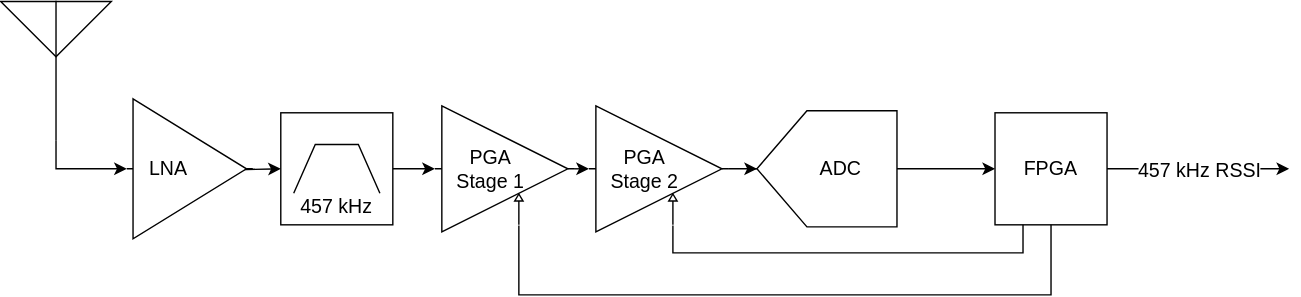
Earlier version of the draw.io export diagrams/receiver.drawio.svg (Avy-Dawgs/system-definition). Source tidied: cells renumbered, new cells last; positions are measured from the earlier drawing's top-left corner, leaving out a move shared by most shapes. Source of this version:
```xml
<mxGraphModel>
  <root>
    <mxCell id="0" />
    <mxCell id="1" parent="0" />
    <mxCell id="2" style="verticalLabelPosition=bottom;shadow=0;dashed=0;align=center;html=1;verticalAlign=top;shape=mxgraph.electrical.radio.aerial_-_antenna_2;" parent="1" vertex="1">
      <mxGeometry width="79" height="100" as="geometry" />
    </mxCell>
    <mxCell id="3" style="edgeStyle=orthogonalEdgeStyle;rounded=0;jettySize=auto;html=1;exitX=1;exitY=0.5;exitDx=0;exitDy=0;exitPerimeter=0;" parent="1" edge="1" source="4" target="6">
      <mxGeometry relative="1" as="geometry" />
    </mxCell>
    <mxCell id="4" style="verticalLabelPosition=bottom;shadow=0;dashed=0;align=center;html=1;verticalAlign=top;shape=mxgraph.electrical.logic_gates.bandpass_filter;" parent="1" vertex="1">
      <mxGeometry x="200" y="80" width="80" height="80" as="geometry" />
    </mxCell>
    <mxCell id="5" style="edgeStyle=orthogonalEdgeStyle;rounded=0;jettySize=auto;html=1;exitX=1;exitY=0.5;exitDx=0;exitDy=0;entryX=0;entryY=0.5;entryDx=0;entryDy=0;entryPerimeter=0;" parent="1" edge="1" target="4">
      <mxGeometry relative="1" as="geometry">
        <mxPoint x="150" y="120" as="sourcePoint" />
      </mxGeometry>
    </mxCell>
    <mxCell id="6" style="verticalLabelPosition=bottom;shadow=0;dashed=0;align=center;html=1;verticalAlign=top;shape=mxgraph.electrical.abstract.controlled_amplifier;" parent="1" vertex="1">
      <mxGeometry x="310" y="75" width="100" height="90" as="geometry" />
    </mxCell>
    <mxCell id="7" style="edgeStyle=orthogonalEdgeStyle;rounded=0;jettySize=auto;html=1;exitX=1;exitY=0.5;exitDx=0;exitDy=0;exitPerimeter=0;" parent="1" edge="1" source="8" target="16">
      <mxGeometry relative="1" as="geometry" />
    </mxCell>
    <mxCell id="8" style="verticalLabelPosition=bottom;shadow=0;dashed=0;align=center;html=1;verticalAlign=top;shape=mxgraph.electrical.abstract.controlled_amplifier;" parent="1" vertex="1">
      <mxGeometry x="420" y="75" width="100" height="90" as="geometry" />
    </mxCell>
    <mxCell id="9" style="edgeStyle=orthogonalEdgeStyle;rounded=0;jettySize=auto;html=1;exitX=1;exitY=0.5;exitDx=0;exitDy=0;exitPerimeter=0;entryX=0;entryY=0.5;entryDx=0;entryDy=0;entryPerimeter=0;" parent="1" edge="1" source="6" target="8">
      <mxGeometry relative="1" as="geometry" />
    </mxCell>
    <mxCell id="10" style="verticalLabelPosition=bottom;shadow=0;dashed=0;align=center;html=1;verticalAlign=top;shape=mxgraph.electrical.abstract.amplifier;" parent="1" vertex="1">
      <mxGeometry x="90" y="70" width="90" height="100" as="geometry" />
    </mxCell>
    <mxCell id="11" style="edgeStyle=orthogonalEdgeStyle;rounded=0;jettySize=auto;html=1;exitX=0.5;exitY=1;exitDx=0;exitDy=0;exitPerimeter=0;entryX=0;entryY=0.5;entryDx=0;entryDy=0;entryPerimeter=0;" parent="1" edge="1" source="2" target="10">
      <mxGeometry relative="1" as="geometry" />
    </mxCell>
    <mxCell id="12" value="&lt;font style=&quot;font-size: 14px;&quot;&gt;LNA&lt;/font&gt;" style="text;strokeColor=none;align=center;fillColor=none;html=1;verticalAlign=middle;whiteSpace=wrap;rounded=0;" parent="1" vertex="1">
      <mxGeometry x="90" y="105" width="60" height="30" as="geometry" />
    </mxCell>
    <mxCell id="13" value="&lt;font style=&quot;font-size: 14px;&quot;&gt;PGA Stage 1&lt;/font&gt;" style="text;strokeColor=none;align=center;fillColor=none;html=1;verticalAlign=middle;whiteSpace=wrap;rounded=0;" parent="1" vertex="1">
      <mxGeometry x="320" y="105" width="60" height="30" as="geometry" />
    </mxCell>
    <mxCell id="14" value="&lt;font style=&quot;font-size: 14px;&quot;&gt;PGA Stage 2&lt;/font&gt;" style="text;strokeColor=none;align=center;fillColor=none;html=1;verticalAlign=middle;whiteSpace=wrap;rounded=0;" parent="1" vertex="1">
      <mxGeometry x="430" y="105" width="60" height="30" as="geometry" />
    </mxCell>
    <mxCell id="15" style="edgeStyle=orthogonalEdgeStyle;rounded=0;jettySize=auto;html=1;exitX=0;exitY=0.5;exitDx=0;exitDy=0;exitPerimeter=0;" parent="1" edge="1" source="16" target="18">
      <mxGeometry relative="1" as="geometry" />
    </mxCell>
    <mxCell id="16" style="verticalLabelPosition=bottom;shadow=0;dashed=0;align=center;html=1;verticalAlign=top;shape=mxgraph.electrical.abstract.dac;rotation=-180;" parent="1" vertex="1">
      <mxGeometry x="540" y="78.5" width="100" height="83" as="geometry" />
    </mxCell>
    <mxCell id="17" value="&lt;font style=&quot;font-size: 14px;&quot;&gt;ADC&lt;/font&gt;" style="text;strokeColor=none;align=center;fillColor=none;html=1;verticalAlign=middle;whiteSpace=wrap;rounded=0;" parent="1" vertex="1">
      <mxGeometry x="570" y="105" width="60" height="30" as="geometry" />
    </mxCell>
    <mxCell id="18" style="whiteSpace=wrap;html=1;" parent="1" vertex="1">
      <mxGeometry x="710" y="80" width="80" height="80" as="geometry" />
    </mxCell>
    <mxCell id="19" style="edgeStyle=orthogonalEdgeStyle;rounded=0;jettySize=auto;html=1;exitX=0.5;exitY=1;exitDx=0;exitDy=0;entryX=0.6;entryY=0.95;entryDx=0;entryDy=0;entryPerimeter=0;endArrow=none;endFill=0;" parent="1" edge="1" source="18" target="6">
      <mxGeometry relative="1" as="geometry">
        <Array as="points">
          <mxPoint x="750" y="210" />
          <mxPoint x="370" y="210" />
        </Array>
      </mxGeometry>
    </mxCell>
    <mxCell id="20" style="edgeStyle=orthogonalEdgeStyle;rounded=0;jettySize=auto;html=1;exitX=0.25;exitY=1;exitDx=0;exitDy=0;entryX=0.6;entryY=0.95;entryDx=0;entryDy=0;entryPerimeter=0;endArrow=none;endFill=0;" parent="1" edge="1" source="18" target="8">
      <mxGeometry relative="1" as="geometry">
        <Array as="points">
          <mxPoint x="730" y="180" />
          <mxPoint x="480" y="180" />
        </Array>
      </mxGeometry>
    </mxCell>
    <mxCell id="21" value="&lt;font style=&quot;font-size: 14px;&quot;&gt;FPGA&lt;/font&gt;" style="text;strokeColor=none;align=center;fillColor=none;html=1;verticalAlign=middle;whiteSpace=wrap;rounded=0;" parent="1" vertex="1">
      <mxGeometry x="720" y="105" width="60" height="30" as="geometry" />
    </mxCell>
    <mxCell id="22" value="&lt;font style=&quot;font-size: 14px;&quot;&gt;457 kHz&lt;/font&gt;" style="text;strokeColor=none;align=center;fillColor=none;html=1;verticalAlign=middle;whiteSpace=wrap;rounded=0;" parent="1" vertex="1">
      <mxGeometry x="210" y="131.5" width="60" height="30" as="geometry" />
    </mxCell>
    <mxCell id="23" style="endArrow=classic;html=1;rounded=0;" parent="1" edge="1">
      <mxGeometry relative="1" as="geometry">
        <mxPoint x="790" y="120" as="sourcePoint" />
        <mxPoint x="920" y="120" as="targetPoint" />
      </mxGeometry>
    </mxCell>
    <mxCell id="24" value="&lt;font style=&quot;font-size: 14px;&quot;&gt;457 kHz RSSI&lt;/font&gt;" style="edgeLabel;html=1;align=center;verticalAlign=middle;" parent="23" vertex="1">
      <mxGeometry relative="1" as="geometry" />
    </mxCell>
  </root>
</mxGraphModel>
```
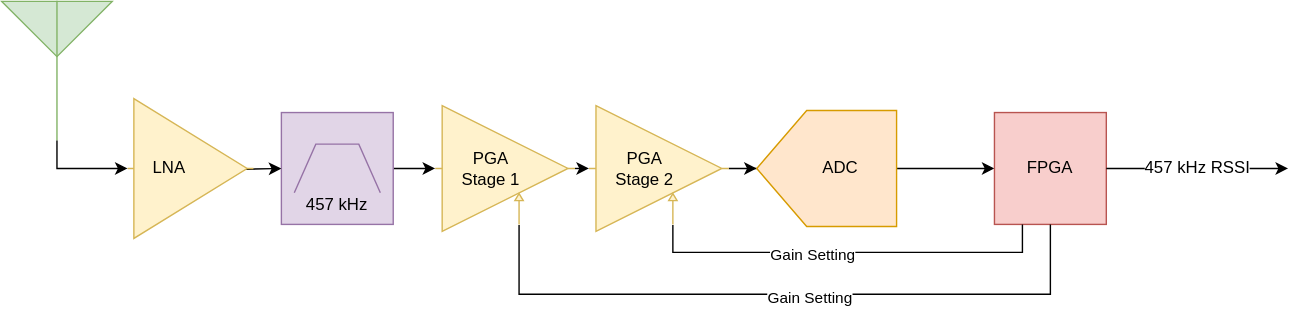
The same diagram one commit later.

Commit message:
touch up diagrams

The edit, as a diff of the source:
```diff
@@ -2,13 +2,13 @@
   <root>
     <mxCell id="0" />
     <mxCell id="1" parent="0" />
-    <mxCell id="2" style="verticalLabelPosition=bottom;shadow=0;dashed=0;align=center;html=1;verticalAlign=top;shape=mxgraph.electrical.radio.aerial_-_antenna_2;" parent="1" vertex="1">
+    <mxCell id="2" style="verticalLabelPosition=bottom;shadow=0;dashed=0;align=center;html=1;verticalAlign=top;shape=mxgraph.electrical.radio.aerial_-_antenna_2;fillColor=#d5e8d4;strokeColor=#82b366;" parent="1" vertex="1">
       <mxGeometry width="79" height="100" as="geometry" />
     </mxCell>
     <mxCell id="3" style="edgeStyle=orthogonalEdgeStyle;rounded=0;jettySize=auto;html=1;exitX=1;exitY=0.5;exitDx=0;exitDy=0;exitPerimeter=0;" parent="1" edge="1" source="4" target="6">
       <mxGeometry relative="1" as="geometry" />
     </mxCell>
-    <mxCell id="4" style="verticalLabelPosition=bottom;shadow=0;dashed=0;align=center;html=1;verticalAlign=top;shape=mxgraph.electrical.logic_gates.bandpass_filter;" parent="1" vertex="1">
+    <mxCell id="4" style="verticalLabelPosition=bottom;shadow=0;dashed=0;align=center;html=1;verticalAlign=top;shape=mxgraph.electrical.logic_gates.bandpass_filter;fillColor=#e1d5e7;strokeColor=#9673a6;" parent="1" vertex="1">
       <mxGeometry x="200" y="80" width="80" height="80" as="geometry" />
     </mxCell>
     <mxCell id="5" style="edgeStyle=orthogonalEdgeStyle;rounded=0;jettySize=auto;html=1;exitX=1;exitY=0.5;exitDx=0;exitDy=0;entryX=0;entryY=0.5;entryDx=0;entryDy=0;entryPerimeter=0;" parent="1" edge="1" target="4">
@@ -16,43 +16,43 @@
         <mxPoint x="150" y="120" as="sourcePoint" />
       </mxGeometry>
     </mxCell>
-    <mxCell id="6" style="verticalLabelPosition=bottom;shadow=0;dashed=0;align=center;html=1;verticalAlign=top;shape=mxgraph.electrical.abstract.controlled_amplifier;" parent="1" vertex="1">
+    <mxCell id="6" style="verticalLabelPosition=bottom;shadow=0;dashed=0;align=center;html=1;verticalAlign=top;shape=mxgraph.electrical.abstract.controlled_amplifier;fillColor=#fff2cc;strokeColor=#d6b656;" parent="1" vertex="1">
       <mxGeometry x="310" y="75" width="100" height="90" as="geometry" />
     </mxCell>
     <mxCell id="7" style="edgeStyle=orthogonalEdgeStyle;rounded=0;jettySize=auto;html=1;exitX=1;exitY=0.5;exitDx=0;exitDy=0;exitPerimeter=0;" parent="1" edge="1" source="8" target="16">
       <mxGeometry relative="1" as="geometry" />
     </mxCell>
-    <mxCell id="8" style="verticalLabelPosition=bottom;shadow=0;dashed=0;align=center;html=1;verticalAlign=top;shape=mxgraph.electrical.abstract.controlled_amplifier;" parent="1" vertex="1">
+    <mxCell id="8" style="verticalLabelPosition=bottom;shadow=0;dashed=0;align=center;html=1;verticalAlign=top;shape=mxgraph.electrical.abstract.controlled_amplifier;fillColor=#fff2cc;strokeColor=#d6b656;" parent="1" vertex="1">
       <mxGeometry x="420" y="75" width="100" height="90" as="geometry" />
     </mxCell>
     <mxCell id="9" style="edgeStyle=orthogonalEdgeStyle;rounded=0;jettySize=auto;html=1;exitX=1;exitY=0.5;exitDx=0;exitDy=0;exitPerimeter=0;entryX=0;entryY=0.5;entryDx=0;entryDy=0;entryPerimeter=0;" parent="1" edge="1" source="6" target="8">
       <mxGeometry relative="1" as="geometry" />
     </mxCell>
-    <mxCell id="10" style="verticalLabelPosition=bottom;shadow=0;dashed=0;align=center;html=1;verticalAlign=top;shape=mxgraph.electrical.abstract.amplifier;" parent="1" vertex="1">
+    <mxCell id="10" style="verticalLabelPosition=bottom;shadow=0;dashed=0;align=center;html=1;verticalAlign=top;shape=mxgraph.electrical.abstract.amplifier;fillColor=#fff2cc;strokeColor=#d6b656;" parent="1" vertex="1">
       <mxGeometry x="90" y="70" width="90" height="100" as="geometry" />
     </mxCell>
     <mxCell id="11" style="edgeStyle=orthogonalEdgeStyle;rounded=0;jettySize=auto;html=1;exitX=0.5;exitY=1;exitDx=0;exitDy=0;exitPerimeter=0;entryX=0;entryY=0.5;entryDx=0;entryDy=0;entryPerimeter=0;" parent="1" edge="1" source="2" target="10">
       <mxGeometry relative="1" as="geometry" />
     </mxCell>
-    <mxCell id="12" value="&lt;font style=&quot;font-size: 14px;&quot;&gt;LNA&lt;/font&gt;" style="text;strokeColor=none;align=center;fillColor=none;html=1;verticalAlign=middle;whiteSpace=wrap;rounded=0;" parent="1" vertex="1">
+    <mxCell id="12" value="&lt;font style=&quot;font-size: 12px;&quot;&gt;LNA&lt;/font&gt;" style="text;strokeColor=none;align=center;fillColor=none;html=1;verticalAlign=middle;whiteSpace=wrap;rounded=0;" parent="1" vertex="1">
       <mxGeometry x="90" y="105" width="60" height="30" as="geometry" />
     </mxCell>
-    <mxCell id="13" value="&lt;font style=&quot;font-size: 14px;&quot;&gt;PGA Stage 1&lt;/font&gt;" style="text;strokeColor=none;align=center;fillColor=none;html=1;verticalAlign=middle;whiteSpace=wrap;rounded=0;" parent="1" vertex="1">
+    <mxCell id="13" value="&lt;font style=&quot;font-size: 12px;&quot;&gt;PGA Stage 1&lt;/font&gt;" style="text;strokeColor=none;align=center;fillColor=none;html=1;verticalAlign=middle;whiteSpace=wrap;rounded=0;" parent="1" vertex="1">
       <mxGeometry x="320" y="105" width="60" height="30" as="geometry" />
     </mxCell>
-    <mxCell id="14" value="&lt;font style=&quot;font-size: 14px;&quot;&gt;PGA Stage 2&lt;/font&gt;" style="text;strokeColor=none;align=center;fillColor=none;html=1;verticalAlign=middle;whiteSpace=wrap;rounded=0;" parent="1" vertex="1">
+    <mxCell id="14" value="&lt;font style=&quot;font-size: 12px;&quot;&gt;PGA Stage 2&lt;/font&gt;" style="text;strokeColor=none;align=center;fillColor=none;html=1;verticalAlign=middle;whiteSpace=wrap;rounded=0;" parent="1" vertex="1">
       <mxGeometry x="430" y="105" width="60" height="30" as="geometry" />
     </mxCell>
     <mxCell id="15" style="edgeStyle=orthogonalEdgeStyle;rounded=0;jettySize=auto;html=1;exitX=0;exitY=0.5;exitDx=0;exitDy=0;exitPerimeter=0;" parent="1" edge="1" source="16" target="18">
       <mxGeometry relative="1" as="geometry" />
     </mxCell>
-    <mxCell id="16" style="verticalLabelPosition=bottom;shadow=0;dashed=0;align=center;html=1;verticalAlign=top;shape=mxgraph.electrical.abstract.dac;rotation=-180;" parent="1" vertex="1">
+    <mxCell id="16" style="verticalLabelPosition=bottom;shadow=0;dashed=0;align=center;html=1;verticalAlign=top;shape=mxgraph.electrical.abstract.dac;rotation=-180;fillColor=#ffe6cc;strokeColor=#d79b00;" parent="1" vertex="1">
       <mxGeometry x="540" y="78.5" width="100" height="83" as="geometry" />
     </mxCell>
-    <mxCell id="17" value="&lt;font style=&quot;font-size: 14px;&quot;&gt;ADC&lt;/font&gt;" style="text;strokeColor=none;align=center;fillColor=none;html=1;verticalAlign=middle;whiteSpace=wrap;rounded=0;" parent="1" vertex="1">
+    <mxCell id="17" value="&lt;font style=&quot;font-size: 12px;&quot;&gt;ADC&lt;/font&gt;" style="text;strokeColor=none;align=center;fillColor=none;html=1;verticalAlign=middle;whiteSpace=wrap;rounded=0;" parent="1" vertex="1">
       <mxGeometry x="570" y="105" width="60" height="30" as="geometry" />
     </mxCell>
-    <mxCell id="18" style="whiteSpace=wrap;html=1;" parent="1" vertex="1">
+    <mxCell id="18" style="whiteSpace=wrap;html=1;fillColor=#f8cecc;strokeColor=#b85450;" parent="1" vertex="1">
       <mxGeometry x="710" y="80" width="80" height="80" as="geometry" />
     </mxCell>
     <mxCell id="19" style="edgeStyle=orthogonalEdgeStyle;rounded=0;jettySize=auto;html=1;exitX=0.5;exitY=1;exitDx=0;exitDy=0;entryX=0.6;entryY=0.95;entryDx=0;entryDy=0;entryPerimeter=0;endArrow=none;endFill=0;" parent="1" edge="1" source="18" target="6">
@@ -63,6 +63,9 @@
         </Array>
       </mxGeometry>
     </mxCell>
+    <mxCell id="25" value="Gain Setting" style="edgeLabel;html=1;align=center;verticalAlign=middle;" parent="19" vertex="1">
+      <mxGeometry x="-0.07" y="3" relative="1" as="geometry" />
+    </mxCell>
     <mxCell id="20" style="edgeStyle=orthogonalEdgeStyle;rounded=0;jettySize=auto;html=1;exitX=0.25;exitY=1;exitDx=0;exitDy=0;entryX=0.6;entryY=0.95;entryDx=0;entryDy=0;entryPerimeter=0;endArrow=none;endFill=0;" parent="1" edge="1" source="18" target="8">
       <mxGeometry relative="1" as="geometry">
         <Array as="points">
@@ -71,10 +74,13 @@
         </Array>
       </mxGeometry>
     </mxCell>
+    <mxCell id="26" value="Gain Setting" style="edgeLabel;html=1;align=center;verticalAlign=middle;" parent="20" vertex="1">
+      <mxGeometry x="0.18" y="2" relative="1" as="geometry" />
+    </mxCell>
-    <mxCell id="21" value="&lt;font style=&quot;font-size: 14px;&quot;&gt;FPGA&lt;/font&gt;" style="text;strokeColor=none;align=center;fillColor=none;html=1;verticalAlign=middle;whiteSpace=wrap;rounded=0;" parent="1" vertex="1">
+    <mxCell id="21" value="&lt;font style=&quot;font-size: 12px;&quot;&gt;FPGA&lt;/font&gt;" style="text;strokeColor=none;align=center;fillColor=none;html=1;verticalAlign=middle;whiteSpace=wrap;rounded=0;" parent="1" vertex="1">
       <mxGeometry x="720" y="105" width="60" height="30" as="geometry" />
     </mxCell>
-    <mxCell id="22" value="&lt;font style=&quot;font-size: 14px;&quot;&gt;457 kHz&lt;/font&gt;" style="text;strokeColor=none;align=center;fillColor=none;html=1;verticalAlign=middle;whiteSpace=wrap;rounded=0;" parent="1" vertex="1">
+    <mxCell id="22" value="&lt;font style=&quot;font-size: 12px;&quot;&gt;457 kHz&lt;/font&gt;" style="text;strokeColor=none;align=center;fillColor=none;html=1;verticalAlign=middle;whiteSpace=wrap;rounded=0;" parent="1" vertex="1">
       <mxGeometry x="210" y="131.5" width="60" height="30" as="geometry" />
     </mxCell>
     <mxCell id="23" style="endArrow=classic;html=1;rounded=0;" parent="1" edge="1">
@@ -83,7 +89,7 @@
         <mxPoint x="920" y="120" as="targetPoint" />
       </mxGeometry>
     </mxCell>
-    <mxCell id="24" value="&lt;font style=&quot;font-size: 14px;&quot;&gt;457 kHz RSSI&lt;/font&gt;" style="edgeLabel;html=1;align=center;verticalAlign=middle;" parent="23" vertex="1">
+    <mxCell id="24" value="&lt;font style=&quot;font-size: 12px;&quot;&gt;457 kHz RSSI&lt;/font&gt;" style="edgeLabel;html=1;align=center;verticalAlign=middle;" parent="23" vertex="1">
       <mxGeometry relative="1" as="geometry" />
     </mxCell>
   </root>
```
